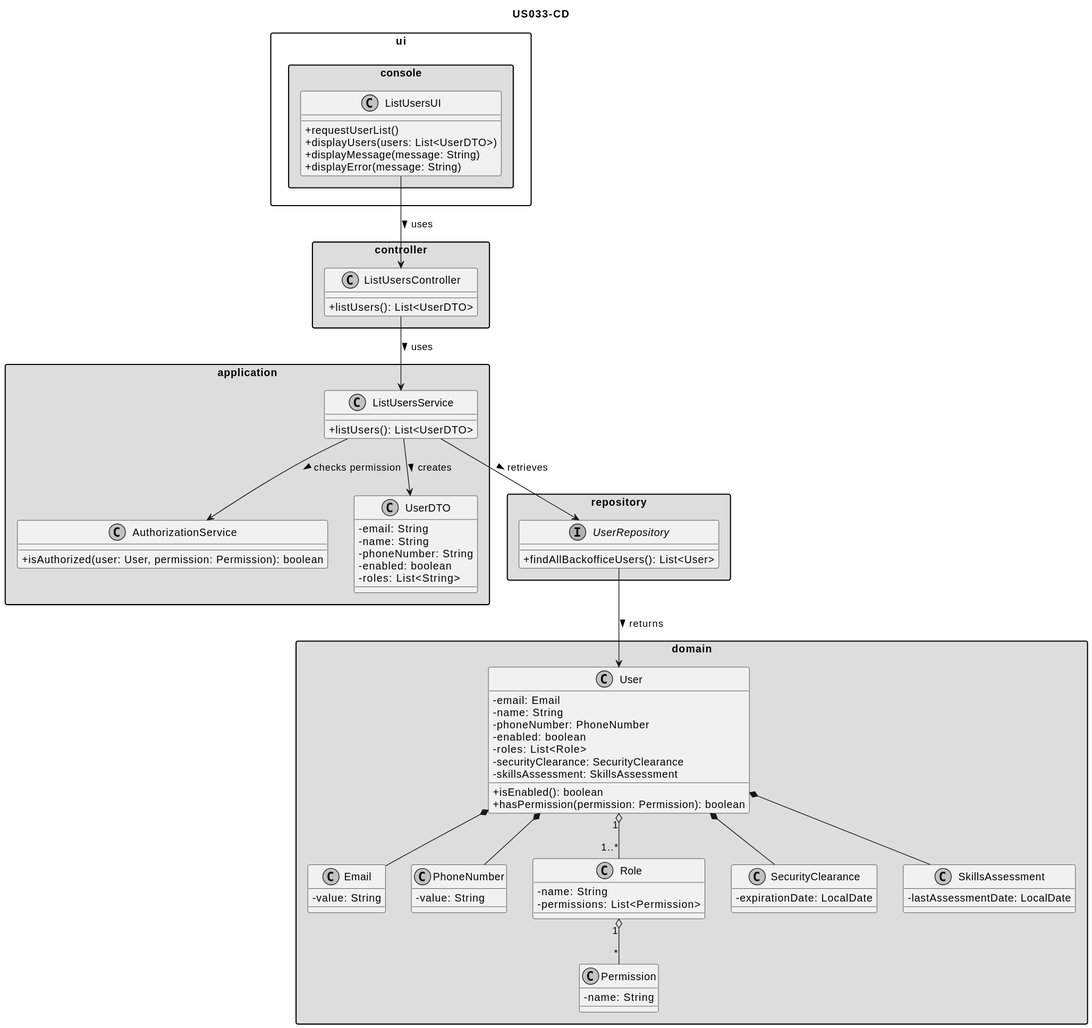
Above: docs/user-stories/02-identity-and-backoffice/US033/03.design/svg/US033-CD.svg in 1240537-brunorodrigues/sem4pi-2526-individual-1240537 (PlantUML), before the change.
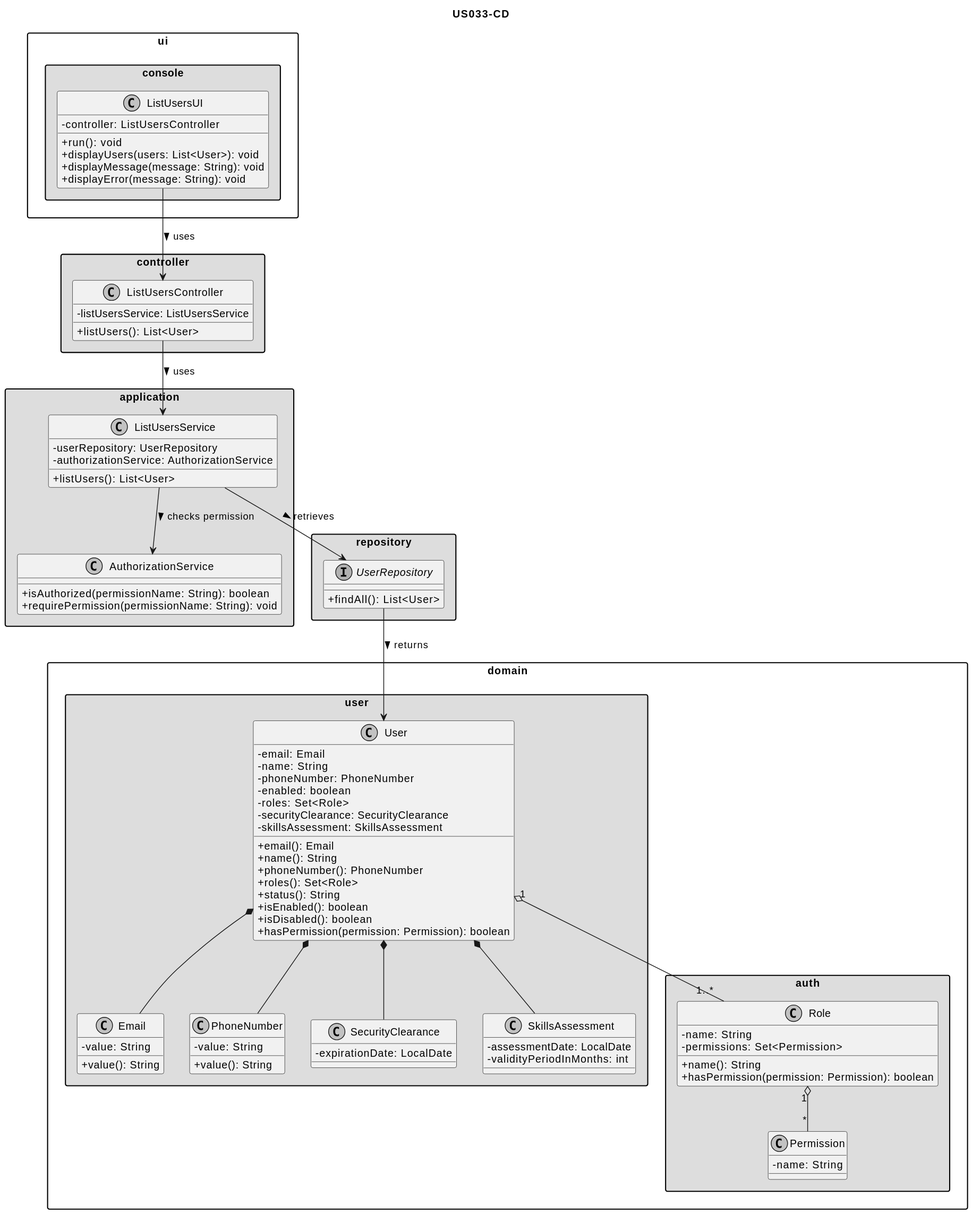
After the change.

Diff of the diagram source:
```diff
@@ -8,65 +8,61 @@
 
 package "ui.console" #DDDDDD {
     class ListUsersUI {
-        + requestUserList()
-        + displayUsers(users: List<UserDTO>)
-        + displayMessage(message: String)
-        + displayError(message: String)
+        - controller: ListUsersController
+        + run(): void
+        + displayUsers(users: List<User>): void
+        + displayMessage(message: String): void
+        + displayError(message: String): void
     }
 }
 
 package "controller" #DDDDDD {
     class ListUsersController {
-        + listUsers(): List<UserDTO>
+        - listUsersService: ListUsersService
+        + listUsers(): List<User>
     }
 }
 
 package "application" #DDDDDD {
     class ListUsersService {
-        + listUsers(): List<UserDTO>
+        - userRepository: UserRepository
+        - authorizationService: AuthorizationService
+        + listUsers(): List<User>
     }
 
     class AuthorizationService {
-        + isAuthorized(user: User, permission: Permission): boolean
-    }
-
-    class UserDTO {
-        - email: String
-        - name: String
-        - phoneNumber: String
-        - enabled: boolean
-        - roles: List<String>
+        + isAuthorized(permissionName: String): boolean
+        + requirePermission(permissionName: String): void
     }
 }
 
-package "domain" #DDDDDD {
+package "domain.user" #DDDDDD {
     class User {
         - email: Email
         - name: String
         - phoneNumber: PhoneNumber
         - enabled: boolean
-        - roles: List<Role>
+        - roles: Set<Role>
         - securityClearance: SecurityClearance
         - skillsAssessment: SkillsAssessment
+        + email(): Email
+        + name(): String
+        + phoneNumber(): PhoneNumber
+        + roles(): Set<Role>
+        + status(): String
         + isEnabled(): boolean
+        + isDisabled(): boolean
         + hasPermission(permission: Permission): boolean
     }
 
     class Email {
         - value: String
+        + value(): String
     }
 
     class PhoneNumber {
         - value: String
-    }
-
-    class Role {
-        - name: String
-        - permissions: List<Permission>
-    }
-
-    class Permission {
-        - name: String
+        + value(): String
     }
 
     class SecurityClearance {
@@ -74,13 +70,27 @@
     }
 
     class SkillsAssessment {
-        - lastAssessmentDate: LocalDate
+        - assessmentDate: LocalDate
+        - validityPeriodInMonths: int
+    }
+}
+
+package "domain.auth" #DDDDDD {
+    class Role {
+        - name: String
+        - permissions: Set<Permission>
+        + name(): String
+        + hasPermission(permission: Permission): boolean
+    }
+
+    class Permission {
+        - name: String
     }
 }
 
 package "repository" #DDDDDD {
     interface UserRepository {
-        + findAllBackofficeUsers(): List<User>
+        + findAll(): List<User>
     }
 }
 
@@ -88,7 +98,6 @@
 ListUsersController --> ListUsersService : uses >
 ListUsersService --> AuthorizationService : checks permission >
 ListUsersService --> UserRepository : retrieves >
-ListUsersService --> UserDTO : creates >
 UserRepository --> User : returns >
 
 User *-- Email
```
